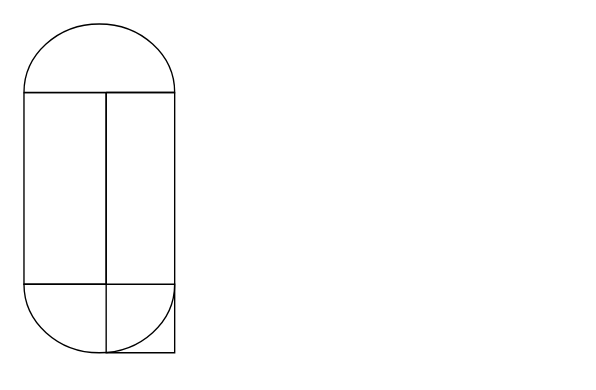
This is Başlıksız Diyagram.drawio from mmuurraatt/Graduation-Project, a draw.io file, before an edit. Source tidied: cells renumbered, new cells numbered last; positions are measured from the earlier drawing's top-left corner, leaving out a move shared by most shapes. Both pictures are drawn from the tidied source at 137%, with x=0, y=0 at pixel (23, 23).
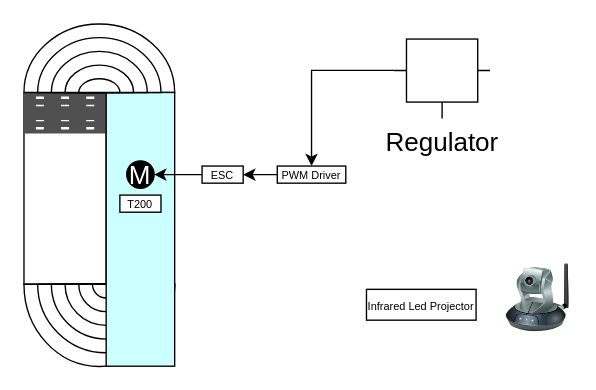
After the change.

Unchanged cells that the change refers to:
```xml
<mxCell id="2" style="swimlane;startSize=0;" parent="1" vertex="1">
  <mxGeometry y="50" width="60" height="140" as="geometry" />
</mxCell>
```

The edit, as a diff of the source:
```diff
@@
+    <mxCell id="6" style="sketch=0;shadow=0;dashed=0;html=1;strokeColor=none;fillColor=#505050;labelPosition=center;verticalLabelPosition=bottom;verticalAlign=top;align=center;shape=mxgraph.office.concepts.input_output_filter;fontColor=#FFFFFF;" parent="2" vertex="1">
+      <mxGeometry width="60" height="20" as="geometry" />
+    </mxCell>
+    <mxCell id="7" style="sketch=0;shadow=0;dashed=0;html=1;strokeColor=none;fillColor=#505050;labelPosition=center;verticalLabelPosition=bottom;verticalAlign=top;align=center;shape=mxgraph.office.concepts.input_output_filter;fontColor=#FFFFFF;" parent="2" vertex="1">
+      <mxGeometry y="10" width="60" height="20" as="geometry" />
+    </mxCell>
@@
+    <mxCell id="8" style="verticalLabelPosition=bottom;verticalAlign=top;html=1;shape=mxgraph.basic.half_circle;direction=west;rotation=-180;fillColor=#FFFFFF;strokeColor=#000000;" parent="1" vertex="1">
+      <mxGeometry y="190" width="110" height="60" as="geometry" />
+    </mxCell>
-    <mxCell id="4" style="verticalLabelPosition=bottom;verticalAlign=top;html=1;shape=mxgraph.basic.half_circle;direction=west;rotation=-180;" parent="1" vertex="1">
-      <mxGeometry y="190" width="110" height="50" as="geometry" />
+    <mxCell id="4" style="verticalLabelPosition=bottom;verticalAlign=top;html=1;shape=mxgraph.basic.half_circle;direction=west;rotation=-180;fillColor=#FFFFFF;strokeColor=#000000;" parent="1" vertex="1">
+      <mxGeometry x="10" y="190" width="100" height="50" as="geometry" />
     </mxCell>
-    <mxCell id="5" style="swimlane;startSize=0;" parent="1" vertex="1">
-      <mxGeometry x="60" y="50" width="50" height="190" as="geometry" />
-    </mxCell>
+    <mxCell id="9" style="verticalLabelPosition=bottom;verticalAlign=top;html=1;shape=mxgraph.basic.half_circle;direction=west;rotation=-180;fillColor=#FFFFFF;strokeColor=#000000;" parent="1" vertex="1">
+      <mxGeometry x="20" y="190" width="80" height="40" as="geometry" />
+    </mxCell>
+    <mxCell id="10" style="verticalLabelPosition=bottom;verticalAlign=top;html=1;shape=mxgraph.basic.half_circle;direction=west;rotation=-180;fillColor=#FFFFFF;strokeColor=#000000;" parent="1" vertex="1">
+      <mxGeometry x="30" y="190" width="60" height="30" as="geometry" />
+    </mxCell>
+    <mxCell id="11" style="verticalLabelPosition=bottom;verticalAlign=top;html=1;shape=mxgraph.basic.half_circle;direction=west;rotation=-180;fillColor=#FFFFFF;strokeColor=#000000;" parent="1" vertex="1">
+      <mxGeometry x="40" y="190" width="40" height="20" as="geometry" />
+    </mxCell>
+    <mxCell id="12" style="verticalLabelPosition=bottom;verticalAlign=top;html=1;shape=mxgraph.basic.half_circle;direction=west;rotation=-180;fillColor=#FFFFFF;strokeColor=#000000;" parent="1" vertex="1">
+      <mxGeometry x="50" y="190" width="20" height="10" as="geometry" />
+    </mxCell>
+    <mxCell id="13" style="rounded=0;whiteSpace=wrap;html=1;strokeColor=#000000;fontColor=#FFFFFF;fillColor=#CCFFFF;gradientColor=none;rotation=90;" parent="1" vertex="1">
+      <mxGeometry x="-14.9" y="124.9" width="199.8" height="50" as="geometry" />
+    </mxCell>
+    <mxCell id="14" value="&lt;font style=&quot;line-height: 2.8; font-size: 19px;&quot;&gt;M&lt;/font&gt;" style="verticalLabelPosition=middle;shadow=0;dashed=0;align=left;html=1;verticalAlign=middle;strokeWidth=1;shape=ellipse;fontSize=35;strokeColor=#000000;fontColor=#FFFFFF;fillColor=#000000;gradientColor=none;" parent="1" vertex="1">
+      <mxGeometry x="75" y="99.9" width="20" height="20" as="geometry" />
+    </mxCell>
+    <mxCell id="15" style="verticalLabelPosition=bottom;verticalAlign=top;html=1;shape=mxgraph.basic.half_circle;direction=west;" parent="1" vertex="1">
+      <mxGeometry x="10" y="10" width="90" height="40" as="geometry" />
+    </mxCell>
+    <mxCell id="16" style="verticalLabelPosition=bottom;verticalAlign=top;html=1;shape=mxgraph.basic.half_circle;direction=west;" parent="1" vertex="1">
+      <mxGeometry x="20" y="20" width="70" height="30" as="geometry" />
+    </mxCell>
+    <mxCell id="17" style="verticalLabelPosition=bottom;verticalAlign=top;html=1;shape=mxgraph.basic.half_circle;direction=west;" parent="1" vertex="1">
+      <mxGeometry x="30" y="30" width="50" height="20" as="geometry" />
+    </mxCell>
+    <mxCell id="18" style="verticalLabelPosition=bottom;verticalAlign=top;html=1;shape=mxgraph.basic.half_circle;direction=west;" parent="1" vertex="1">
+      <mxGeometry x="40" y="40" width="30" height="10" as="geometry" />
+    </mxCell>
+    <mxCell id="19" style="edgeStyle=orthogonalEdgeStyle;rounded=0;jettySize=auto;html=1;fontColor=#FFFFFF;exitX=0;exitY=0.5;exitDx=0;exitDy=0;entryX=1;entryY=0.5;entryDx=0;entryDy=0;" parent="1" edge="1" source="20" target="14">
+      <mxGeometry relative="1" as="geometry">
+        <Array as="points">
+          <mxPoint x="120" y="110" />
+        </Array>
+      </mxGeometry>
+    </mxCell>
+    <mxCell id="20" value="&lt;font style=&quot;font-size: 8px;&quot;&gt;ESC&lt;/font&gt;" style="rounded=0;whiteSpace=wrap;html=1;strokeColor=#000000;fontColor=#000000;fillColor=#FFFFFF;gradientColor=none;" parent="1" vertex="1">
+      <mxGeometry x="130" y="103.7" width="30" height="12.5" as="geometry" />
+    </mxCell>
+    <mxCell id="21" style="edgeStyle=orthogonalEdgeStyle;rounded=0;jettySize=auto;html=1;exitX=0;exitY=0.395;exitDx=0;exitDy=0;exitPerimeter=0;fontSize=7;fontColor=#000000;" parent="1" edge="1" source="23">
+      <mxGeometry relative="1" as="geometry">
+        <mxPoint x="270" y="33.7" as="targetPoint" />
+      </mxGeometry>
+    </mxCell>
+    <mxCell id="22" style="edgeStyle=orthogonalEdgeStyle;rounded=0;jettySize=auto;html=1;exitX=0;exitY=0.395;exitDx=0;exitDy=0;exitPerimeter=0;entryX=0.5;entryY=0;entryDx=0;entryDy=0;fontSize=7;fontColor=#000000;" parent="1" edge="1" source="23" target="25">
+      <mxGeometry relative="1" as="geometry" />
+    </mxCell>
+    <mxCell id="23" value="Regulator" style="verticalLabelPosition=bottom;shadow=0;dashed=0;align=center;html=1;verticalAlign=top;shape=mxgraph.electrical.abstract.voltage_regulator;strokeColor=#000000;fontSize=19;fontColor=#000000;fillColor=#FFFFFF;gradientColor=none;" parent="1" vertex="1">
+      <mxGeometry x="270.2" y="11" width="70" height="58" as="geometry" />
+    </mxCell>
+    <mxCell id="24" style="edgeStyle=orthogonalEdgeStyle;rounded=0;jettySize=auto;html=1;fontSize=7;fontColor=#000000;" parent="1" edge="1" source="25" target="20">
+      <mxGeometry relative="1" as="geometry" />
+    </mxCell>
+    <mxCell id="25" value="&lt;font style=&quot;font-size: 8px;&quot;&gt;PWM Driver&lt;/font&gt;" style="rounded=0;whiteSpace=wrap;html=1;strokeColor=#000000;fontColor=#000000;fillColor=#FFFFFF;gradientColor=none;" parent="1" vertex="1">
+      <mxGeometry x="184.9" y="103.7" width="50" height="12.5" as="geometry" />
+    </mxCell>
+    <mxCell id="26" value="&lt;font style=&quot;font-size: 8px;&quot;&gt;Infrared Led Projector&lt;/font&gt;" style="rounded=0;whiteSpace=wrap;html=1;strokeColor=#000000;fontColor=#000000;fillColor=#FFFFFF;gradientColor=none;" parent="1" vertex="1">
+      <mxGeometry x="250" y="193.7" width="80" height="22.5" as="geometry" />
+    </mxCell>
+    <mxCell id="27" style="image;html=1;image=img/lib/clip_art/networking/Ip_Camera_128x128.png;strokeColor=#000000;fontSize=7;fontColor=#000000;fillColor=#FFFFFF;gradientColor=none;" parent="1" vertex="1">
+      <mxGeometry x="350" y="174.9" width="50" height="50.1" as="geometry" />
+    </mxCell>
+    <mxCell id="28" value="&lt;span style=&quot;font-size: 8px;&quot;&gt;T200&lt;/span&gt;" style="rounded=0;whiteSpace=wrap;html=1;strokeColor=#000000;fontColor=#000000;fillColor=#FFFFFF;gradientColor=none;" parent="1" vertex="1">
+      <mxGeometry x="70" y="124.9" width="30" height="12.5" as="geometry" />
+    </mxCell>
```
